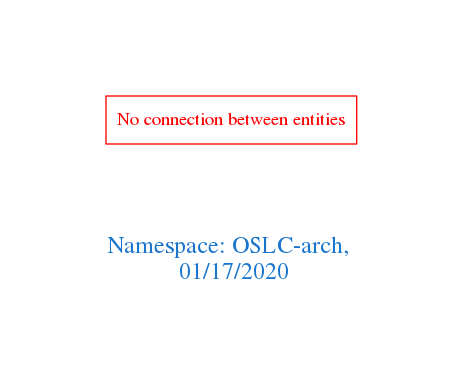
Before: downloads/OSLC-arch.png, a diagram exported from Graphviz (arago/OGIT). Its source is kept beside it as downloads/OSLC-arch.dot.
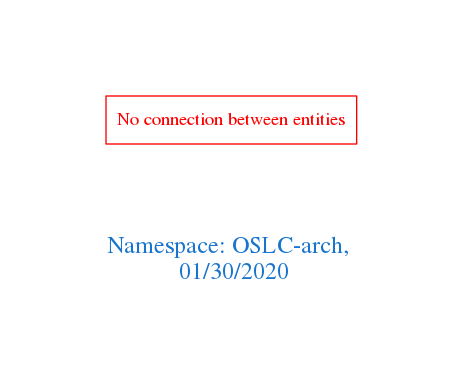
After the commit.

Diff of the diagram source:
```diff
@@ -1,7 +1,7 @@
 digraph OGIT_ontology {
  graph [ rankdir= LR,pad=1
 fontsize = 18,
-fontcolor= dodgerblue3,label = "\n\n\nNamespace: OSLC-arch, \n 01/17/2020"];
+fontcolor= dodgerblue3,label = "\n\n\nNamespace: OSLC-arch, \n 01/30/2020"];
 node[shape=polygon];
 edge [  color="gray81"];
 
```
